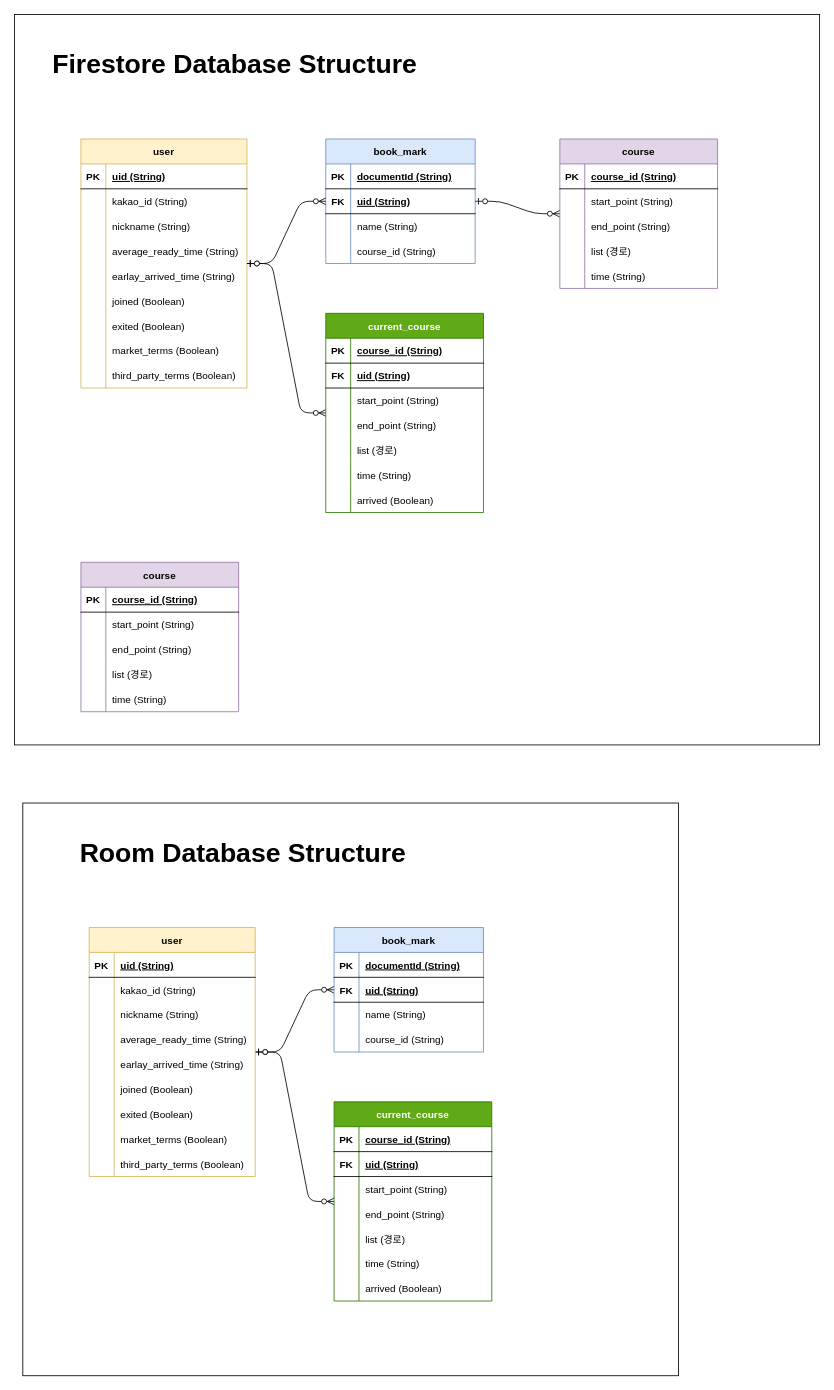
Above: nadochak_database.drawio in DDD-5/westgang-nandochak-android (draw.io), before the change. Source tidied: cells renumbered, new cells numbered last; positions are measured from the earlier drawing's top-left corner, leaving out a move shared by most shapes. Both pictures are drawn from the tidied source at 83%, with x=0, y=0 at pixel (14, 14).
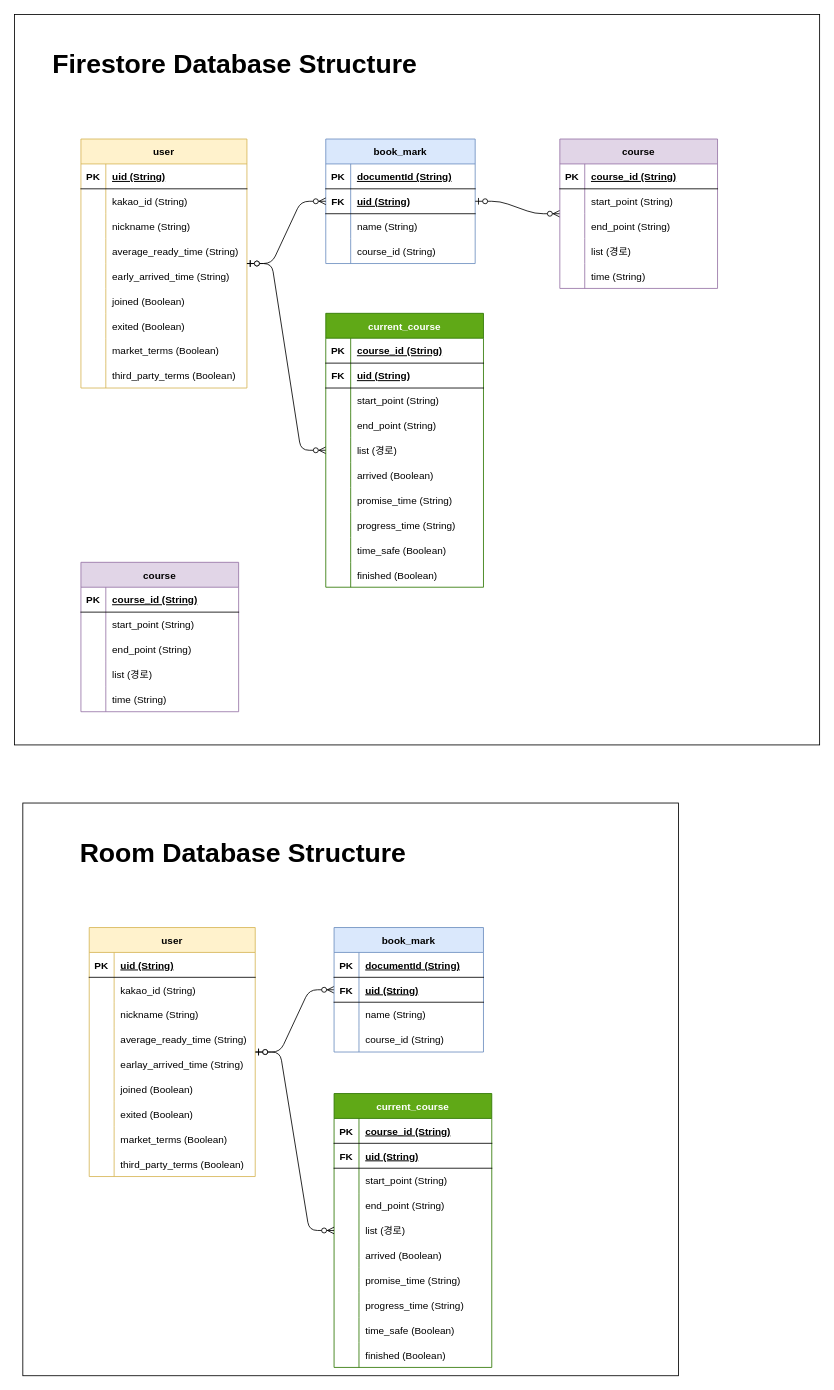
The same page after the edit.

The change refers to these unchanged cells:
```xml
<mxCell id="29" style="shape=partialRectangle;fillColor=none;top=0;left=0;bottom=0;right=0;" parent="16" vertex="1">
  <mxGeometry y="150" width="200" height="30" as="geometry" />
</mxCell>
<mxCell id="119" value="user" style="shape=table;startSize=30;childLayout=tableLayout;rowLines=0;fontStyle=1;align=center;fillColor=#fff2cc;strokeColor=#d6b656;" parent="1" vertex="1">
  <mxGeometry x="90" y="1100" width="200" height="300" as="geometry" />
</mxCell>
<mxCell id="154" style="shape=partialRectangle;fillColor=none;top=0;left=0;bottom=0;right=0;" parent="147" vertex="1">
  <mxGeometry y="90" width="190" height="30" as="geometry" />
</mxCell>
<mxCell id="157" style="shape=partialRectangle;fillColor=none;top=0;left=0;bottom=0;right=0;" parent="147" vertex="1">
  <mxGeometry y="120" width="190" height="30" as="geometry" />
</mxCell>
<mxCell id="160" style="shape=partialRectangle;fillColor=none;top=0;left=0;bottom=0;right=0;" parent="147" vertex="1">
  <mxGeometry y="150" width="190" height="30" as="geometry" />
</mxCell>
```

Change to the diagram source:
```diff
@@
-    <mxCell id="31" value="earlay_arrived_time (String)" style="shape=partialRectangle;fillColor=none;top=0;left=0;bottom=0;right=0;align=left;spacingLeft=6;overflow=hidden;" parent="29" vertex="1">
+    <mxCell id="31" value="early_arrived_time (String)" style="shape=partialRectangle;fillColor=none;top=0;left=0;bottom=0;right=0;align=left;spacingLeft=6;overflow=hidden;" parent="29" vertex="1">
       <mxGeometry x="30" width="170" height="30" as="geometry" />
     </mxCell>
@@
     <mxCell id="47" value="current_course" style="shape=table;startSize=30;childLayout=tableLayout;rowLines=0;fontStyle=1;align=center;fillColor=#60a917;strokeColor=#2D7600;fontColor=#ffffff;" parent="1" vertex="1">
-      <mxGeometry x="375" y="360" width="190" height="240" as="geometry" />
+      <mxGeometry x="375" y="360" width="190" height="330" as="geometry" />
     </mxCell>
@@
-    <mxCell id="63" style="shape=partialRectangle;fillColor=none;top=0;left=0;bottom=0;right=0;" parent="47" vertex="1">
-      <mxGeometry y="180" width="190" height="30" as="geometry" />
-    </mxCell>
-    <mxCell id="64" style="shape=partialRectangle;fillColor=none;top=0;left=0;bottom=0;right=0;overflow=hidden;" parent="63" vertex="1">
-      <mxGeometry width="30" height="30" as="geometry" />
-    </mxCell>
-    <mxCell id="65" value="time (String)" style="shape=partialRectangle;fillColor=none;top=0;left=0;bottom=0;right=0;align=left;spacingLeft=6;overflow=hidden;" parent="63" vertex="1">
-      <mxGeometry x="30" width="160" height="30" as="geometry" />
-    </mxCell>
     <mxCell id="66" style="shape=partialRectangle;fillColor=none;top=0;left=0;bottom=0;right=0;" parent="47" vertex="1">
-      <mxGeometry y="210" width="190" height="30" as="geometry" />
+      <mxGeometry y="180" width="190" height="30" as="geometry" />
     </mxCell>
@@
+    <mxCell id="169" style="shape=partialRectangle;fillColor=none;top=0;left=0;bottom=0;right=0;" parent="47" vertex="1">
+      <mxGeometry y="210" width="190" height="30" as="geometry" />
+    </mxCell>
+    <mxCell id="170" style="shape=partialRectangle;fillColor=none;top=0;left=0;bottom=0;right=0;overflow=hidden;" parent="169" vertex="1">
+      <mxGeometry width="30" height="30" as="geometry" />
+    </mxCell>
+    <mxCell id="171" value="promise_time (String)" style="shape=partialRectangle;fillColor=none;top=0;left=0;bottom=0;right=0;align=left;spacingLeft=6;overflow=hidden;" parent="169" vertex="1">
+      <mxGeometry x="30" width="160" height="30" as="geometry" />
+    </mxCell>
+    <mxCell id="172" style="shape=partialRectangle;fillColor=none;top=0;left=0;bottom=0;right=0;" parent="47" vertex="1">
+      <mxGeometry y="240" width="190" height="30" as="geometry" />
+    </mxCell>
+    <mxCell id="173" style="shape=partialRectangle;fillColor=none;top=0;left=0;bottom=0;right=0;overflow=hidden;" parent="172" vertex="1">
+      <mxGeometry width="30" height="30" as="geometry" />
+    </mxCell>
+    <mxCell id="174" value="progress_time (String)" style="shape=partialRectangle;fillColor=none;top=0;left=0;bottom=0;right=0;align=left;spacingLeft=6;overflow=hidden;" parent="172" vertex="1">
+      <mxGeometry x="30" width="160" height="30" as="geometry" />
+    </mxCell>
+    <mxCell id="175" style="shape=partialRectangle;fillColor=none;top=0;left=0;bottom=0;right=0;" parent="47" vertex="1">
+      <mxGeometry y="270" width="190" height="30" as="geometry" />
+    </mxCell>
+    <mxCell id="176" style="shape=partialRectangle;fillColor=none;top=0;left=0;bottom=0;right=0;overflow=hidden;" parent="175" vertex="1">
+      <mxGeometry width="30" height="30" as="geometry" />
+    </mxCell>
+    <mxCell id="177" value="time_safe (Boolean)" style="shape=partialRectangle;fillColor=none;top=0;left=0;bottom=0;right=0;align=left;spacingLeft=6;overflow=hidden;" parent="175" vertex="1">
+      <mxGeometry x="30" width="160" height="30" as="geometry" />
+    </mxCell>
+    <mxCell id="178" style="shape=partialRectangle;fillColor=none;top=0;left=0;bottom=0;right=0;" parent="47" vertex="1">
+      <mxGeometry y="300" width="190" height="30" as="geometry" />
+    </mxCell>
+    <mxCell id="179" style="shape=partialRectangle;fillColor=none;top=0;left=0;bottom=0;right=0;overflow=hidden;" parent="178" vertex="1">
+      <mxGeometry width="30" height="30" as="geometry" />
+    </mxCell>
+    <mxCell id="180" value="finished (Boolean)" style="shape=partialRectangle;fillColor=none;top=0;left=0;bottom=0;right=0;align=left;spacingLeft=6;overflow=hidden;" parent="178" vertex="1">
+      <mxGeometry x="30" width="160" height="30" as="geometry" />
+    </mxCell>
@@
-    <mxCell id="104" style="edgeStyle=entityRelationEdgeStyle;fontSize=12;html=1;endArrow=ERzeroToMany;startArrow=ERzeroToOne;" parent="1" edge="1" source="119" target="147">
-      <mxGeometry relative="1" as="geometry" />
-    </mxCell>
@@
     <mxCell id="147" value="current_course" style="shape=table;startSize=30;childLayout=tableLayout;rowLines=0;fontStyle=1;align=center;fillColor=#60a917;strokeColor=#2D7600;fontColor=#ffffff;" parent="1" vertex="1">
-      <mxGeometry x="385" y="1310" width="190" height="240" as="geometry" />
+      <mxGeometry x="385" y="1300" width="190" height="330" as="geometry" />
     </mxCell>
@@
-    <mxCell id="155" style="shape=partialRectangle;fillColor=none;top=0;left=0;bottom=0;right=0;overflow=hidden;" parent="154" vertex="1">
-      <mxGeometry width="30" height="30" as="geometry" />
-    </mxCell>
+    <mxCell id="181" style="shape=partialRectangle;fillColor=none;top=0;left=0;bottom=0;right=0;overflow=hidden;" parent="154" vertex="1">
+      <mxGeometry width="30" height="30" as="geometry" />
+    </mxCell>
@@
-    <mxCell id="158" style="shape=partialRectangle;fillColor=none;top=0;left=0;bottom=0;right=0;overflow=hidden;" parent="157" vertex="1">
-      <mxGeometry width="30" height="30" as="geometry" />
-    </mxCell>
+    <mxCell id="182" style="shape=partialRectangle;fillColor=none;top=0;left=0;bottom=0;right=0;overflow=hidden;" parent="157" vertex="1">
+      <mxGeometry width="30" height="30" as="geometry" />
+    </mxCell>
@@
-    <mxCell id="161" style="shape=partialRectangle;fillColor=none;top=0;left=0;bottom=0;right=0;overflow=hidden;" parent="160" vertex="1">
-      <mxGeometry width="30" height="30" as="geometry" />
-    </mxCell>
+    <mxCell id="183" style="shape=partialRectangle;fillColor=none;top=0;left=0;bottom=0;right=0;overflow=hidden;" parent="160" vertex="1">
+      <mxGeometry width="30" height="30" as="geometry" />
+    </mxCell>
@@
-    <mxCell id="163" style="shape=partialRectangle;fillColor=none;top=0;left=0;bottom=0;right=0;" parent="147" vertex="1">
-      <mxGeometry y="180" width="190" height="30" as="geometry" />
-    </mxCell>
-    <mxCell id="164" style="shape=partialRectangle;fillColor=none;top=0;left=0;bottom=0;right=0;overflow=hidden;" parent="163" vertex="1">
-      <mxGeometry width="30" height="30" as="geometry" />
-    </mxCell>
-    <mxCell id="165" value="time (String)" style="shape=partialRectangle;fillColor=none;top=0;left=0;bottom=0;right=0;align=left;spacingLeft=6;overflow=hidden;" parent="163" vertex="1">
-      <mxGeometry x="30" width="160" height="30" as="geometry" />
-    </mxCell>
-    <mxCell id="166" style="shape=partialRectangle;fillColor=none;top=0;left=0;bottom=0;right=0;" parent="147" vertex="1">
-      <mxGeometry y="210" width="190" height="30" as="geometry" />
-    </mxCell>
-    <mxCell id="167" style="shape=partialRectangle;fillColor=none;top=0;left=0;bottom=0;right=0;overflow=hidden;" parent="166" vertex="1">
-      <mxGeometry width="30" height="30" as="geometry" />
-    </mxCell>
+    <mxCell id="184" style="shape=partialRectangle;fillColor=none;top=0;left=0;bottom=0;right=0;" parent="147" vertex="1">
+      <mxGeometry y="180" width="190" height="30" as="geometry" />
+    </mxCell>
+    <mxCell id="185" style="shape=partialRectangle;fillColor=none;top=0;left=0;bottom=0;right=0;overflow=hidden;" parent="184" vertex="1">
+      <mxGeometry width="30" height="30" as="geometry" />
+    </mxCell>
-    <mxCell id="168" value="arrived (Boolean)" style="shape=partialRectangle;fillColor=none;top=0;left=0;bottom=0;right=0;align=left;spacingLeft=6;overflow=hidden;" parent="166" vertex="1">
+    <mxCell id="168" value="arrived (Boolean)" style="shape=partialRectangle;fillColor=none;top=0;left=0;bottom=0;right=0;align=left;spacingLeft=6;overflow=hidden;" parent="184" vertex="1">
       <mxGeometry x="30" width="160" height="30" as="geometry" />
     </mxCell>
+    <mxCell id="186" style="shape=partialRectangle;fillColor=none;top=0;left=0;bottom=0;right=0;" parent="147" vertex="1">
+      <mxGeometry y="210" width="190" height="30" as="geometry" />
+    </mxCell>
+    <mxCell id="187" style="shape=partialRectangle;fillColor=none;top=0;left=0;bottom=0;right=0;overflow=hidden;" parent="186" vertex="1">
+      <mxGeometry width="30" height="30" as="geometry" />
+    </mxCell>
+    <mxCell id="188" value="promise_time (String)" style="shape=partialRectangle;fillColor=none;top=0;left=0;bottom=0;right=0;align=left;spacingLeft=6;overflow=hidden;" parent="186" vertex="1">
+      <mxGeometry x="30" width="160" height="30" as="geometry" />
+    </mxCell>
+    <mxCell id="189" style="shape=partialRectangle;fillColor=none;top=0;left=0;bottom=0;right=0;" parent="147" vertex="1">
+      <mxGeometry y="240" width="190" height="30" as="geometry" />
+    </mxCell>
+    <mxCell id="190" style="shape=partialRectangle;fillColor=none;top=0;left=0;bottom=0;right=0;overflow=hidden;" parent="189" vertex="1">
+      <mxGeometry width="30" height="30" as="geometry" />
+    </mxCell>
+    <mxCell id="191" value="progress_time (String)" style="shape=partialRectangle;fillColor=none;top=0;left=0;bottom=0;right=0;align=left;spacingLeft=6;overflow=hidden;" parent="189" vertex="1">
+      <mxGeometry x="30" width="160" height="30" as="geometry" />
+    </mxCell>
+    <mxCell id="192" style="shape=partialRectangle;fillColor=none;top=0;left=0;bottom=0;right=0;" parent="147" vertex="1">
+      <mxGeometry y="270" width="190" height="30" as="geometry" />
+    </mxCell>
+    <mxCell id="193" style="shape=partialRectangle;fillColor=none;top=0;left=0;bottom=0;right=0;overflow=hidden;" parent="192" vertex="1">
+      <mxGeometry width="30" height="30" as="geometry" />
+    </mxCell>
+    <mxCell id="194" value="time_safe (Boolean)" style="shape=partialRectangle;fillColor=none;top=0;left=0;bottom=0;right=0;align=left;spacingLeft=6;overflow=hidden;" parent="192" vertex="1">
+      <mxGeometry x="30" width="160" height="30" as="geometry" />
+    </mxCell>
+    <mxCell id="195" style="shape=partialRectangle;fillColor=none;top=0;left=0;bottom=0;right=0;" parent="147" vertex="1">
+      <mxGeometry y="300" width="190" height="30" as="geometry" />
+    </mxCell>
+    <mxCell id="196" style="shape=partialRectangle;fillColor=none;top=0;left=0;bottom=0;right=0;overflow=hidden;" parent="195" vertex="1">
+      <mxGeometry width="30" height="30" as="geometry" />
+    </mxCell>
+    <mxCell id="197" value="finished (Boolean)" style="shape=partialRectangle;fillColor=none;top=0;left=0;bottom=0;right=0;align=left;spacingLeft=6;overflow=hidden;" parent="195" vertex="1">
+      <mxGeometry x="30" width="160" height="30" as="geometry" />
+    </mxCell>
+    <mxCell id="104" style="edgeStyle=entityRelationEdgeStyle;fontSize=12;html=1;endArrow=ERzeroToMany;startArrow=ERzeroToOne;" parent="1" edge="1" source="119" target="147">
+      <mxGeometry relative="1" as="geometry" />
+    </mxCell>
```
